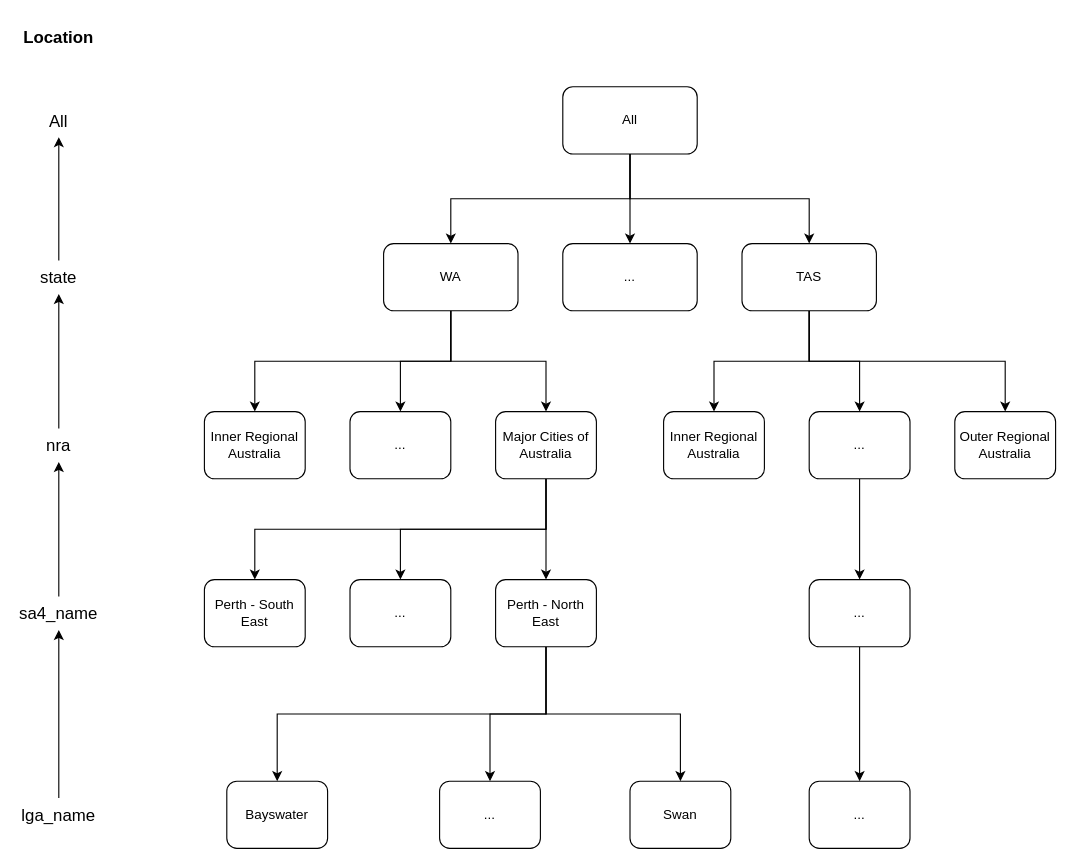
This is Location Concept Hierarchy.drawio from NekoTRSH/Drawing, a draw.io file, before an edit. Source tidied: cells renumbered, new cells numbered last; positions are measured from the earlier drawing's top-left corner, leaving out a move shared by most shapes. Both pictures are drawn from the tidied source at 112%, with x=0, y=0 at pixel (25, 19).
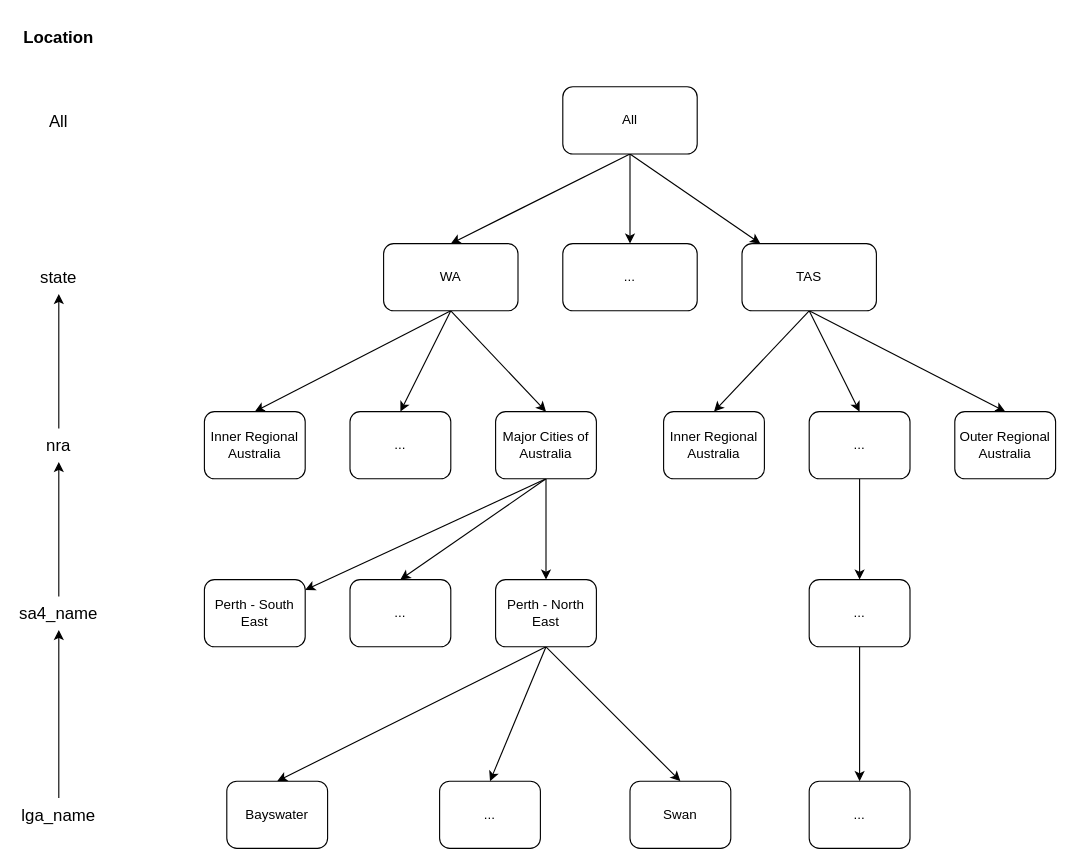
After the change.

The change refers to these unchanged cells:
```xml
<mxCell id="6" value="All" style="rounded=1;whiteSpace=wrap;html=1;" parent="1" vertex="1">
  <mxGeometry x="480" y="60" width="120" height="60" as="geometry" />
</mxCell>
<mxCell id="7" value="All" style="text;html=1;align=center;verticalAlign=middle;whiteSpace=wrap;rounded=0;fontSize=15;" parent="1" vertex="1">
  <mxGeometry y="75" width="60" height="30" as="geometry" />
</mxCell>
<mxCell id="13" value="state" style="text;html=1;align=center;verticalAlign=middle;whiteSpace=wrap;rounded=0;fontSize=15;" parent="1" vertex="1">
  <mxGeometry y="215" width="60" height="30" as="geometry" />
</mxCell>
<mxCell id="17" value="WA" style="rounded=1;whiteSpace=wrap;html=1;" parent="1" vertex="1">
  <mxGeometry x="320" y="200" width="120" height="60" as="geometry" />
</mxCell>
<mxCell id="21" value="TAS" style="rounded=1;whiteSpace=wrap;html=1;" parent="1" vertex="1">
  <mxGeometry x="640" y="200" width="120" height="60" as="geometry" />
</mxCell>
<mxCell id="22" value="..." style="rounded=1;whiteSpace=wrap;html=1;" parent="1" vertex="1">
  <mxGeometry x="480" y="200" width="120" height="60" as="geometry" />
</mxCell>
<mxCell id="23" value="Inner Regional Australia" style="rounded=1;whiteSpace=wrap;html=1;" parent="1" vertex="1">
  <mxGeometry x="160" y="350" width="90" height="60" as="geometry" />
</mxCell>
<mxCell id="27" value="Major Cities of Australia" style="rounded=1;whiteSpace=wrap;html=1;" parent="1" vertex="1">
  <mxGeometry x="420" y="350" width="90" height="60" as="geometry" />
</mxCell>
<mxCell id="28" value="Inner Regional Australia" style="rounded=1;whiteSpace=wrap;html=1;" parent="1" vertex="1">
  <mxGeometry x="570" y="350" width="90" height="60" as="geometry" />
</mxCell>
<mxCell id="29" value="Outer Regional Australia" style="rounded=1;whiteSpace=wrap;html=1;" parent="1" vertex="1">
  <mxGeometry x="830" y="350" width="90" height="60" as="geometry" />
</mxCell>
<mxCell id="30" value="..." style="rounded=1;whiteSpace=wrap;html=1;" parent="1" vertex="1">
  <mxGeometry x="290" y="350" width="90" height="60" as="geometry" />
</mxCell>
<mxCell id="32" value="..." style="rounded=1;whiteSpace=wrap;html=1;" parent="1" vertex="1">
  <mxGeometry x="700" y="350" width="90" height="60" as="geometry" />
</mxCell>
<mxCell id="36" value="Perth - North East" style="rounded=1;whiteSpace=wrap;html=1;" parent="1" vertex="1">
  <mxGeometry x="420" y="500" width="90" height="60" as="geometry" />
</mxCell>
<mxCell id="37" value="Perth - South East" style="rounded=1;whiteSpace=wrap;html=1;" parent="1" vertex="1">
  <mxGeometry x="160" y="500" width="90" height="60" as="geometry" />
</mxCell>
<mxCell id="38" value="..." style="rounded=1;whiteSpace=wrap;html=1;" parent="1" vertex="1">
  <mxGeometry x="290" y="500" width="90" height="60" as="geometry" />
</mxCell>
<mxCell id="41" value="..." style="rounded=1;whiteSpace=wrap;html=1;" parent="1" vertex="1">
  <mxGeometry x="370" y="680" width="90" height="60" as="geometry" />
</mxCell>
<mxCell id="42" value="Bayswater" style="rounded=1;whiteSpace=wrap;html=1;" parent="1" vertex="1">
  <mxGeometry x="180" y="680" width="90" height="60" as="geometry" />
</mxCell>
<mxCell id="43" value="Swan" style="rounded=1;whiteSpace=wrap;html=1;" parent="1" vertex="1">
  <mxGeometry x="540" y="680" width="90" height="60" as="geometry" />
</mxCell>
<mxCell id="45" value="..." style="rounded=1;whiteSpace=wrap;html=1;" parent="1" vertex="1">
  <mxGeometry x="700" y="500" width="90" height="60" as="geometry" />
</mxCell>
<mxCell id="46" value="..." style="rounded=1;whiteSpace=wrap;html=1;" parent="1" vertex="1">
  <mxGeometry x="700" y="680" width="90" height="60" as="geometry" />
</mxCell>
```

Diff of the diagram source:
```diff
@@
-    <mxCell id="3" style="edgeStyle=orthogonalEdgeStyle;rounded=0;jettySize=auto;html=1;exitX=0.5;exitY=1;exitDx=0;exitDy=0;entryX=0.5;entryY=0;entryDx=0;entryDy=0;" parent="1" edge="1" source="6" target="22">
+    <mxCell id="3" style="rounded=0;jettySize=auto;html=1;exitX=0.5;exitY=1;exitDx=0;exitDy=0;entryX=0.5;entryY=0;entryDx=0;entryDy=0;" parent="1" edge="1" source="6" target="22">
       <mxGeometry relative="1" as="geometry" />
     </mxCell>
-    <mxCell id="4" style="edgeStyle=orthogonalEdgeStyle;rounded=0;jettySize=auto;html=1;exitX=0.5;exitY=1;exitDx=0;exitDy=0;entryX=0.5;entryY=0;entryDx=0;entryDy=0;" parent="1" edge="1" source="6" target="17">
+    <mxCell id="4" style="rounded=0;jettySize=auto;html=1;exitX=0.5;exitY=1;exitDx=0;exitDy=0;entryX=0.5;entryY=0;entryDx=0;entryDy=0;" parent="1" edge="1" source="6" target="17">
       <mxGeometry relative="1" as="geometry" />
     </mxCell>
-    <mxCell id="5" style="edgeStyle=orthogonalEdgeStyle;rounded=0;jettySize=auto;html=1;exitX=0.5;exitY=1;exitDx=0;exitDy=0;" parent="1" edge="1" source="6" target="21">
+    <mxCell id="5" style="rounded=0;jettySize=auto;html=1;exitX=0.5;exitY=1;exitDx=0;exitDy=0;" parent="1" edge="1" source="6" target="21">
       <mxGeometry relative="1" as="geometry" />
     </mxCell>
@@
-    <mxCell id="12" style="edgeStyle=orthogonalEdgeStyle;rounded=0;jettySize=auto;html=1;exitX=0.5;exitY=0;exitDx=0;exitDy=0;entryX=0.5;entryY=1;entryDx=0;entryDy=0;" parent="1" edge="1" source="13" target="7">
-      <mxGeometry relative="1" as="geometry" />
-    </mxCell>
@@
-    <mxCell id="14" style="edgeStyle=orthogonalEdgeStyle;rounded=0;jettySize=auto;html=1;exitX=0.5;exitY=1;exitDx=0;exitDy=0;entryX=0.5;entryY=0;entryDx=0;entryDy=0;" parent="1" edge="1" source="17" target="23">
+    <mxCell id="14" style="rounded=0;jettySize=auto;html=1;exitX=0.5;exitY=1;exitDx=0;exitDy=0;entryX=0.5;entryY=0;entryDx=0;entryDy=0;" parent="1" edge="1" source="17" target="23">
       <mxGeometry relative="1" as="geometry" />
     </mxCell>
-    <mxCell id="15" style="edgeStyle=orthogonalEdgeStyle;rounded=0;jettySize=auto;html=1;exitX=0.5;exitY=1;exitDx=0;exitDy=0;entryX=0.5;entryY=0;entryDx=0;entryDy=0;" parent="1" edge="1" source="17" target="27">
+    <mxCell id="15" style="rounded=0;jettySize=auto;html=1;exitX=0.5;exitY=1;exitDx=0;exitDy=0;entryX=0.5;entryY=0;entryDx=0;entryDy=0;" parent="1" edge="1" source="17" target="27">
       <mxGeometry relative="1" as="geometry" />
     </mxCell>
-    <mxCell id="16" style="edgeStyle=orthogonalEdgeStyle;rounded=0;jettySize=auto;html=1;exitX=0.5;exitY=1;exitDx=0;exitDy=0;entryX=0.5;entryY=0;entryDx=0;entryDy=0;" parent="1" edge="1" source="17" target="30">
+    <mxCell id="16" style="rounded=0;jettySize=auto;html=1;exitX=0.5;exitY=1;exitDx=0;exitDy=0;entryX=0.5;entryY=0;entryDx=0;entryDy=0;" parent="1" edge="1" source="17" target="30">
       <mxGeometry relative="1" as="geometry" />
     </mxCell>
@@
-    <mxCell id="18" style="edgeStyle=orthogonalEdgeStyle;rounded=0;jettySize=auto;html=1;exitX=0.5;exitY=1;exitDx=0;exitDy=0;entryX=0.5;entryY=0;entryDx=0;entryDy=0;" parent="1" edge="1" source="21" target="28">
+    <mxCell id="18" style="rounded=0;jettySize=auto;html=1;exitX=0.5;exitY=1;exitDx=0;exitDy=0;entryX=0.5;entryY=0;entryDx=0;entryDy=0;" parent="1" edge="1" source="21" target="28">
       <mxGeometry relative="1" as="geometry" />
     </mxCell>
-    <mxCell id="19" style="edgeStyle=orthogonalEdgeStyle;rounded=0;jettySize=auto;html=1;exitX=0.5;exitY=1;exitDx=0;exitDy=0;entryX=0.5;entryY=0;entryDx=0;entryDy=0;" parent="1" edge="1" source="21" target="29">
+    <mxCell id="19" style="rounded=0;jettySize=auto;html=1;exitX=0.5;exitY=1;exitDx=0;exitDy=0;entryX=0.5;entryY=0;entryDx=0;entryDy=0;" parent="1" edge="1" source="21" target="29">
       <mxGeometry relative="1" as="geometry" />
     </mxCell>
-    <mxCell id="20" style="edgeStyle=orthogonalEdgeStyle;rounded=0;jettySize=auto;html=1;exitX=0.5;exitY=1;exitDx=0;exitDy=0;entryX=0.5;entryY=0;entryDx=0;entryDy=0;" parent="1" edge="1" source="21" target="32">
+    <mxCell id="20" style="rounded=0;jettySize=auto;html=1;exitX=0.5;exitY=1;exitDx=0;exitDy=0;entryX=0.5;entryY=0;entryDx=0;entryDy=0;" parent="1" edge="1" source="21" target="32">
       <mxGeometry relative="1" as="geometry" />
     </mxCell>
@@
-    <mxCell id="24" style="edgeStyle=orthogonalEdgeStyle;rounded=0;jettySize=auto;html=1;exitX=0.5;exitY=1;exitDx=0;exitDy=0;" parent="1" edge="1" source="27" target="37">
+    <mxCell id="24" style="rounded=0;jettySize=auto;html=1;exitX=0.5;exitY=1;exitDx=0;exitDy=0;" parent="1" edge="1" source="27" target="37">
       <mxGeometry relative="1" as="geometry" />
     </mxCell>
-    <mxCell id="25" style="edgeStyle=orthogonalEdgeStyle;rounded=0;jettySize=auto;html=1;exitX=0.5;exitY=1;exitDx=0;exitDy=0;entryX=0.5;entryY=0;entryDx=0;entryDy=0;" parent="1" edge="1" source="27" target="38">
+    <mxCell id="25" style="rounded=0;jettySize=auto;html=1;exitX=0.5;exitY=1;exitDx=0;exitDy=0;entryX=0.5;entryY=0;entryDx=0;entryDy=0;" parent="1" edge="1" source="27" target="38">
       <mxGeometry relative="1" as="geometry" />
     </mxCell>
-    <mxCell id="26" style="edgeStyle=orthogonalEdgeStyle;rounded=0;jettySize=auto;html=1;exitX=0.5;exitY=1;exitDx=0;exitDy=0;entryX=0.5;entryY=0;entryDx=0;entryDy=0;" parent="1" edge="1" source="27" target="36">
+    <mxCell id="26" style="rounded=0;jettySize=auto;html=1;exitX=0.5;exitY=1;exitDx=0;exitDy=0;entryX=0.5;entryY=0;entryDx=0;entryDy=0;" parent="1" edge="1" source="27" target="36">
       <mxGeometry relative="1" as="geometry" />
     </mxCell>
@@
-    <mxCell id="31" style="edgeStyle=orthogonalEdgeStyle;rounded=0;jettySize=auto;html=1;exitX=0.5;exitY=1;exitDx=0;exitDy=0;entryX=0.5;entryY=0;entryDx=0;entryDy=0;" parent="1" edge="1" source="32" target="45">
+    <mxCell id="31" style="rounded=0;jettySize=auto;html=1;exitX=0.5;exitY=1;exitDx=0;exitDy=0;entryX=0.5;entryY=0;entryDx=0;entryDy=0;" parent="1" edge="1" source="32" target="45">
       <mxGeometry relative="1" as="geometry" />
     </mxCell>
@@
-    <mxCell id="33" style="edgeStyle=orthogonalEdgeStyle;rounded=0;jettySize=auto;html=1;exitX=0.5;exitY=1;exitDx=0;exitDy=0;entryX=0.5;entryY=0;entryDx=0;entryDy=0;" parent="1" edge="1" source="36" target="43">
+    <mxCell id="33" style="rounded=0;jettySize=auto;html=1;exitX=0.5;exitY=1;exitDx=0;exitDy=0;entryX=0.5;entryY=0;entryDx=0;entryDy=0;" parent="1" edge="1" source="36" target="43">
       <mxGeometry relative="1" as="geometry" />
     </mxCell>
-    <mxCell id="34" style="edgeStyle=orthogonalEdgeStyle;rounded=0;jettySize=auto;html=1;exitX=0.5;exitY=1;exitDx=0;exitDy=0;entryX=0.5;entryY=0;entryDx=0;entryDy=0;" parent="1" edge="1" source="36" target="41">
+    <mxCell id="34" style="rounded=0;jettySize=auto;html=1;exitX=0.5;exitY=1;exitDx=0;exitDy=0;entryX=0.5;entryY=0;entryDx=0;entryDy=0;" parent="1" edge="1" source="36" target="41">
       <mxGeometry relative="1" as="geometry" />
     </mxCell>
-    <mxCell id="35" style="edgeStyle=orthogonalEdgeStyle;rounded=0;jettySize=auto;html=1;exitX=0.5;exitY=1;exitDx=0;exitDy=0;entryX=0.5;entryY=0;entryDx=0;entryDy=0;" parent="1" edge="1" source="36" target="42">
+    <mxCell id="35" style="rounded=0;jettySize=auto;html=1;exitX=0.5;exitY=1;exitDx=0;exitDy=0;entryX=0.5;entryY=0;entryDx=0;entryDy=0;" parent="1" edge="1" source="36" target="42">
       <mxGeometry relative="1" as="geometry" />
     </mxCell>
@@
-    <mxCell id="44" style="edgeStyle=orthogonalEdgeStyle;rounded=0;jettySize=auto;html=1;exitX=0.5;exitY=1;exitDx=0;exitDy=0;entryX=0.5;entryY=0;entryDx=0;entryDy=0;" parent="1" edge="1" source="45" target="46">
+    <mxCell id="44" style="rounded=0;jettySize=auto;html=1;exitX=0.5;exitY=1;exitDx=0;exitDy=0;entryX=0.5;entryY=0;entryDx=0;entryDy=0;" parent="1" edge="1" source="45" target="46">
       <mxGeometry relative="1" as="geometry" />
     </mxCell>
```
